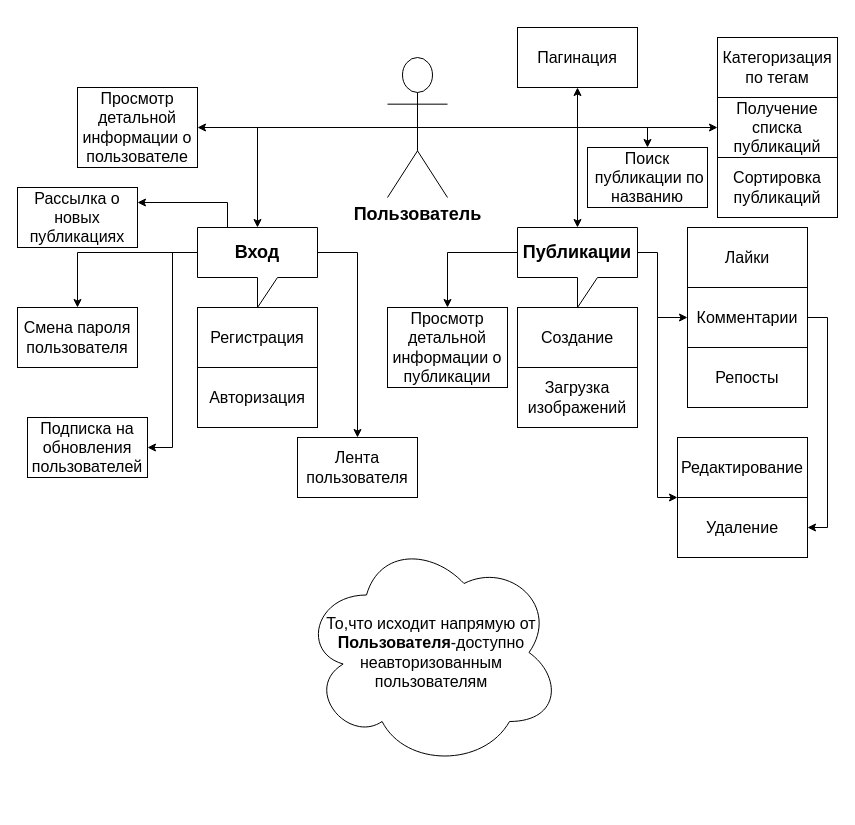
The draw.io diagram specification.drawio in GeorgijSosedov/2030925-readme-2, before the edit. Source tidied: cells renumbered, new cells numbered last; positions are measured from the earlier drawing's top-left corner, leaving out a move shared by most shapes. Both pictures are drawn from the tidied source at 100%, with x=0, y=0 at pixel (17, 27).
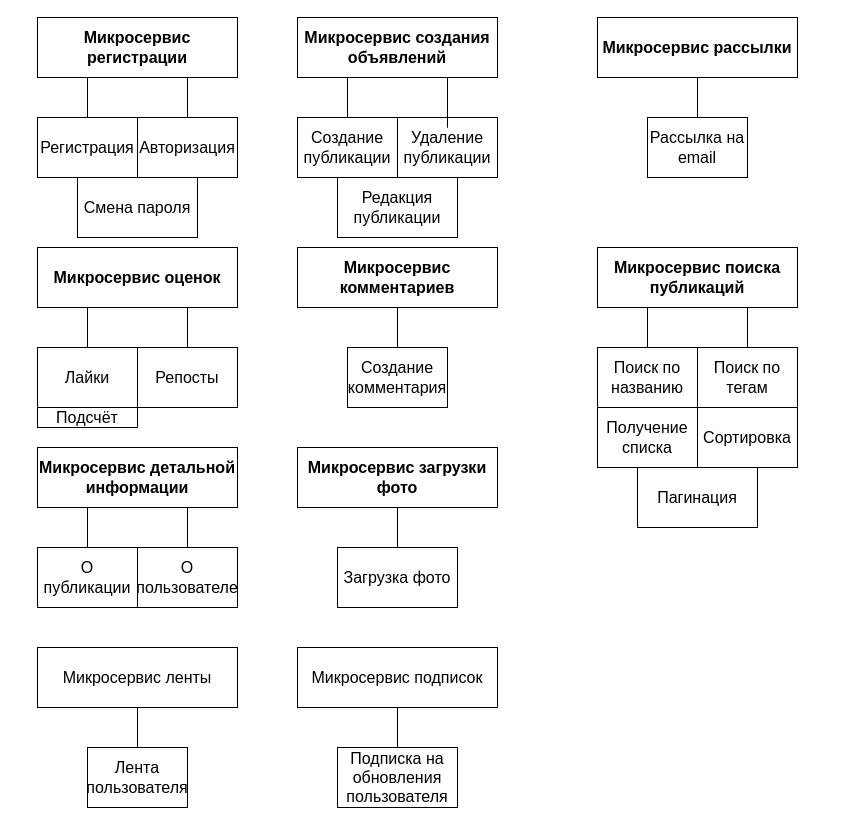
After the change.

The edit, as a diff of the source:
```diff
@@
+    <mxCell id="12" style="edgeStyle=orthogonalEdgeStyle;rounded=0;orthogonalLoop=1;jettySize=auto;html=1;fontSize=16;" parent="1" edge="1">
+      <mxGeometry relative="1" as="geometry">
+        <mxPoint x="560" y="340" as="sourcePoint" />
+        <mxPoint x="560" y="340" as="targetPoint" />
+      </mxGeometry>
+    </mxCell>
+    <mxCell id="41" value="&lt;b&gt;Микросервис регистрации&lt;/b&gt;" style="rounded=0;whiteSpace=wrap;html=1;fontSize=16;" parent="1" vertex="1">
+      <mxGeometry x="20" y="-10" width="200" height="60" as="geometry" />
+    </mxCell>
+    <mxCell id="42" value="&lt;b&gt;Микросервис создания объявлений&lt;/b&gt;" style="rounded=0;whiteSpace=wrap;html=1;fontSize=16;" parent="1" vertex="1">
+      <mxGeometry x="280" y="-10" width="200" height="60" as="geometry" />
+    </mxCell>
+    <mxCell id="43" value="Рассылка на email" style="rounded=0;whiteSpace=wrap;html=1;fontSize=16;" parent="1" vertex="1">
+      <mxGeometry x="630" y="90" width="100" height="60" as="geometry" />
+    </mxCell>
+    <mxCell id="44" value="&lt;b&gt;Микросервис рассылки&lt;/b&gt;" style="rounded=0;whiteSpace=wrap;html=1;fontSize=16;" parent="1" vertex="1">
+      <mxGeometry x="580" y="-10" width="200" height="60" as="geometry" />
+    </mxCell>
+    <mxCell id="45" style="endArrow=none;html=1;rounded=0;fontSize=16;entryX=0.5;entryY=1;entryDx=0;entryDy=0;exitX=0.5;exitY=0;exitDx=0;exitDy=0;" parent="1" edge="1" source="43" target="44">
+      <mxGeometry relative="1" as="geometry" />
+    </mxCell>
+    <mxCell id="46" style="endArrow=none;html=1;rounded=0;fontSize=16;entryX=0.25;entryY=1;entryDx=0;entryDy=0;exitX=0.5;exitY=0;exitDx=0;exitDy=0;" parent="1" edge="1" source="2" target="41">
+      <mxGeometry relative="1" as="geometry" />
+    </mxCell>
-    <mxCell id="2" value="&lt;font style=&quot;font-size: 16px;&quot;&gt;Регистрация&lt;/font&gt;" style="rounded=0;whiteSpace=wrap;html=1;" parent="1" vertex="1">
-      <mxGeometry x="180" y="280" width="120" height="60" as="geometry" />
+    <mxCell id="2" value="Регистрация" style="rounded=0;whiteSpace=wrap;html=1;fontSize=16;" parent="1" vertex="1">
+      <mxGeometry x="20" y="90" width="100" height="60" as="geometry" />
     </mxCell>
+    <mxCell id="47" value="Создание публикации" style="rounded=0;whiteSpace=wrap;html=1;fontSize=16;" parent="1" vertex="1">
+      <mxGeometry x="280" y="90" width="100" height="60" as="geometry" />
+    </mxCell>
-    <mxCell id="3" value="&lt;font style=&quot;font-size: 16px;&quot;&gt;Авторизация&lt;/font&gt;" style="rounded=0;whiteSpace=wrap;html=1;" parent="1" vertex="1">
-      <mxGeometry x="180" y="340" width="120" height="60" as="geometry" />
+    <mxCell id="3" value="Авторизация" style="rounded=0;whiteSpace=wrap;html=1;fontSize=16;" parent="1" vertex="1">
+      <mxGeometry x="120" y="90" width="100" height="60" as="geometry" />
     </mxCell>
-    <mxCell id="4" style="edgeStyle=orthogonalEdgeStyle;rounded=0;jettySize=auto;html=1;exitX=0;exitY=0;exitDx=0;exitDy=25;exitPerimeter=0;entryX=0.5;entryY=0;entryDx=0;entryDy=0;fontSize=16;" parent="1" edge="1" source="8" target="35">
-      <mxGeometry relative="1" as="geometry" />
-    </mxCell>
-    <mxCell id="5" style="edgeStyle=orthogonalEdgeStyle;rounded=0;jettySize=auto;html=1;exitX=0;exitY=0;exitDx=120;exitDy=25;exitPerimeter=0;entryX=0.5;entryY=0;entryDx=0;entryDy=0;fontSize=16;" parent="1" edge="1" source="8" target="30">
-      <mxGeometry relative="1" as="geometry" />
-    </mxCell>
-    <mxCell id="6" style="edgeStyle=orthogonalEdgeStyle;rounded=0;jettySize=auto;html=1;exitX=0.25;exitY=0;exitDx=0;exitDy=0;exitPerimeter=0;entryX=1;entryY=0.25;entryDx=0;entryDy=0;fontSize=16;" parent="1" edge="1" source="8" target="32">
-      <mxGeometry relative="1" as="geometry" />
-    </mxCell>
-    <mxCell id="7" style="edgeStyle=orthogonalEdgeStyle;rounded=0;jettySize=auto;html=1;exitX=0;exitY=0;exitDx=0;exitDy=25;exitPerimeter=0;entryX=1;entryY=0.5;entryDx=0;entryDy=0;fontSize=16;" parent="1" edge="1" source="8" target="36">
-      <mxGeometry relative="1" as="geometry" />
-    </mxCell>
-    <mxCell id="8" value="&lt;font style=&quot;font-size: 18px;&quot;&gt;&lt;b&gt;Вход&lt;/b&gt;&lt;/font&gt;" style="shape=callout;whiteSpace=wrap;html=1;perimeter=calloutPerimeter;" parent="1" vertex="1">
-      <mxGeometry x="180" y="200" width="120" height="80" as="geometry" />
-    </mxCell>
-    <mxCell id="9" style="edgeStyle=orthogonalEdgeStyle;rounded=0;jettySize=auto;html=1;exitX=0;exitY=0;exitDx=120;exitDy=25;exitPerimeter=0;entryX=0;entryY=0.5;entryDx=0;entryDy=0;fontSize=16;" parent="1" edge="1" source="11" target="22">
-      <mxGeometry relative="1" as="geometry">
-        <Array as="points">
-          <mxPoint x="640" y="225" />
-          <mxPoint x="640" y="290" />
-        </Array>
-      </mxGeometry>
-    </mxCell>
-    <mxCell id="10" style="edgeStyle=orthogonalEdgeStyle;rounded=0;jettySize=auto;html=1;exitX=0;exitY=0;exitDx=0;exitDy=25;exitPerimeter=0;entryX=0.5;entryY=0;entryDx=0;entryDy=0;fontSize=16;" parent="1" edge="1" source="11" target="26">
-      <mxGeometry relative="1" as="geometry" />
-    </mxCell>
-    <mxCell id="11" value="&lt;font style=&quot;font-size: 18px;&quot;&gt;&lt;b&gt;Публикации&lt;/b&gt;&lt;/font&gt;" style="shape=callout;whiteSpace=wrap;html=1;perimeter=calloutPerimeter;fontSize=14;" parent="1" vertex="1">
-      <mxGeometry x="500" y="200" width="120" height="80" as="geometry" />
-    </mxCell>
-    <mxCell id="12" style="edgeStyle=orthogonalEdgeStyle;rounded=0;jettySize=auto;html=1;fontSize=16;" parent="1" edge="1" source="13" target="23">
-      <mxGeometry relative="1" as="geometry" />
-    </mxCell>
-    <mxCell id="13" value="&lt;font style=&quot;font-size: 16px;&quot;&gt;Создание&lt;/font&gt;" style="rounded=0;whiteSpace=wrap;html=1;fontSize=14;" parent="1" vertex="1">
-      <mxGeometry x="500" y="280" width="120" height="60" as="geometry" />
-    </mxCell>
-    <mxCell id="14" style="edgeStyle=orthogonalEdgeStyle;rounded=0;jettySize=auto;html=1;exitX=0.5;exitY=0.5;exitDx=0;exitDy=0;fontSize=16;exitPerimeter=0;" parent="1" edge="1" source="17" target="8">
-      <mxGeometry relative="1" as="geometry">
-        <Array as="points">
-          <mxPoint x="240" y="100" />
-        </Array>
-      </mxGeometry>
-    </mxCell>
-    <mxCell id="15" style="edgeStyle=orthogonalEdgeStyle;rounded=0;jettySize=auto;html=1;exitX=0.5;exitY=0.5;exitDx=0;exitDy=0;exitPerimeter=0;entryX=0.5;entryY=0;entryDx=0;entryDy=0;entryPerimeter=0;fontSize=16;" parent="1" edge="1" source="17" target="11">
-      <mxGeometry relative="1" as="geometry" />
-    </mxCell>
-    <mxCell id="16" style="edgeStyle=orthogonalEdgeStyle;rounded=0;jettySize=auto;html=1;exitX=0.5;exitY=0.5;exitDx=0;exitDy=0;exitPerimeter=0;entryX=1;entryY=0.5;entryDx=0;entryDy=0;fontSize=16;" parent="1" edge="1" source="17" target="34">
-      <mxGeometry relative="1" as="geometry" />
-    </mxCell>
-    <mxCell id="17" value="&lt;b&gt;Пользователь&lt;/b&gt;" style="shape=umlActor;verticalLabelPosition=bottom;verticalAlign=top;html=1;outlineConnect=0;fontSize=18;" parent="1" vertex="1">
-      <mxGeometry x="370" y="30" width="60" height="140" as="geometry" />
-    </mxCell>
-    <mxCell id="18" value="&lt;span style=&quot;font-size: 16px;&quot;&gt;Редактирование&lt;/span&gt;" style="rounded=0;whiteSpace=wrap;html=1;fontSize=14;" parent="1" vertex="1">
-      <mxGeometry x="660" y="410" width="130" height="60" as="geometry" />
-    </mxCell>
-    <mxCell id="19" value="Удаление" style="rounded=0;whiteSpace=wrap;html=1;fontSize=16;" parent="1" vertex="1">
-      <mxGeometry x="660" y="470" width="130" height="60" as="geometry" />
-    </mxCell>
+    <mxCell id="48" style="endArrow=none;html=1;rounded=0;fontSize=16;entryX=0.75;entryY=1;entryDx=0;entryDy=0;exitX=0.5;exitY=0;exitDx=0;exitDy=0;" parent="1" edge="1" source="3" target="41">
+      <mxGeometry relative="1" as="geometry" />
+    </mxCell>
+    <mxCell id="49" value="Удаление публикации" style="rounded=0;whiteSpace=wrap;html=1;fontSize=16;" parent="1" vertex="1">
+      <mxGeometry x="380" y="90" width="100" height="60" as="geometry" />
+    </mxCell>
+    <mxCell id="50" value="&lt;b&gt;Микросервис оценок&lt;/b&gt;" style="rounded=0;whiteSpace=wrap;html=1;fontSize=16;" parent="1" vertex="1">
+      <mxGeometry x="20" y="220" width="200" height="60" as="geometry" />
+    </mxCell>
     <mxCell id="20" value="Лайки" style="rounded=0;whiteSpace=wrap;html=1;fontSize=16;" parent="1" vertex="1">
-      <mxGeometry x="670" y="200" width="120" height="60" as="geometry" />
+      <mxGeometry x="20" y="320" width="100" height="60" as="geometry" />
     </mxCell>
-    <mxCell id="21" style="edgeStyle=orthogonalEdgeStyle;rounded=0;jettySize=auto;html=1;exitX=1;exitY=0.5;exitDx=0;exitDy=0;entryX=1;entryY=0.5;entryDx=0;entryDy=0;fontSize=16;" parent="1" edge="1" source="22" target="19">
-      <mxGeometry relative="1" as="geometry" />
-    </mxCell>
-    <mxCell id="22" value="Комментарии" style="rounded=0;whiteSpace=wrap;html=1;fontSize=16;" parent="1" vertex="1">
-      <mxGeometry x="670" y="260" width="120" height="60" as="geometry" />
-    </mxCell>
-    <mxCell id="23" value="&lt;span style=&quot;font-size: 16px;&quot;&gt;Загрузка изображений&lt;/span&gt;" style="rounded=0;whiteSpace=wrap;html=1;fontSize=14;" parent="1" vertex="1">
-      <mxGeometry x="500" y="340" width="120" height="60" as="geometry" />
-    </mxCell>
     <mxCell id="24" value="Репосты" style="rounded=0;whiteSpace=wrap;html=1;fontSize=16;" parent="1" vertex="1">
-      <mxGeometry x="670" y="320" width="120" height="60" as="geometry" />
+      <mxGeometry x="120" y="320" width="100" height="60" as="geometry" />
     </mxCell>
+    <mxCell id="51" style="endArrow=none;html=1;rounded=0;fontSize=16;entryX=0.25;entryY=1;entryDx=0;entryDy=0;exitX=0.5;exitY=0;exitDx=0;exitDy=0;" parent="1" edge="1" source="20" target="50">
+      <mxGeometry relative="1" as="geometry" />
+    </mxCell>
+    <mxCell id="52" style="endArrow=none;html=1;rounded=0;fontSize=16;entryX=0.75;entryY=1;entryDx=0;entryDy=0;exitX=0.5;exitY=0;exitDx=0;exitDy=0;" parent="1" edge="1" source="24" target="50">
+      <mxGeometry relative="1" as="geometry" />
+    </mxCell>
+    <mxCell id="53" value="&lt;b&gt;Микросервис комментариев&lt;/b&gt;" style="rounded=0;whiteSpace=wrap;html=1;fontSize=16;" parent="1" vertex="1">
+      <mxGeometry x="280" y="220" width="200" height="60" as="geometry" />
+    </mxCell>
+    <mxCell id="54" value="&lt;b&gt;Микросервис поиска публикаций&lt;/b&gt;" style="rounded=0;whiteSpace=wrap;html=1;fontSize=16;" parent="1" vertex="1">
+      <mxGeometry x="580" y="220" width="200" height="60" as="geometry" />
+    </mxCell>
+    <mxCell id="55" value="Поиск по названию" style="rounded=0;whiteSpace=wrap;html=1;fontSize=16;" parent="1" vertex="1">
+      <mxGeometry x="580" y="320" width="100" height="60" as="geometry" />
+    </mxCell>
+    <mxCell id="56" value="Поиск по тегам" style="rounded=0;whiteSpace=wrap;html=1;fontSize=16;" parent="1" vertex="1">
+      <mxGeometry x="680" y="320" width="100" height="60" as="geometry" />
+    </mxCell>
+    <mxCell id="57" value="Получение списка" style="rounded=0;whiteSpace=wrap;html=1;fontSize=16;" parent="1" vertex="1">
+      <mxGeometry x="580" y="380" width="100" height="60" as="geometry" />
+    </mxCell>
+    <mxCell id="58" value="Сортировка" style="rounded=0;whiteSpace=wrap;html=1;fontSize=16;" parent="1" vertex="1">
+      <mxGeometry x="680" y="380" width="100" height="60" as="geometry" />
+    </mxCell>
+    <mxCell id="59" style="endArrow=none;html=1;rounded=0;fontSize=16;entryX=0.25;entryY=1;entryDx=0;entryDy=0;exitX=0.5;exitY=0;exitDx=0;exitDy=0;" parent="1" edge="1" source="55" target="54">
+      <mxGeometry relative="1" as="geometry" />
+    </mxCell>
+    <mxCell id="60" style="endArrow=none;html=1;rounded=0;fontSize=16;entryX=0.75;entryY=1;entryDx=0;entryDy=0;exitX=0.5;exitY=0;exitDx=0;exitDy=0;" parent="1" edge="1" source="56" target="54">
+      <mxGeometry relative="1" as="geometry" />
+    </mxCell>
+    <mxCell id="61" style="endArrow=none;html=1;rounded=0;fontSize=16;entryX=0.25;entryY=1;entryDx=0;entryDy=0;exitX=0.5;exitY=0;exitDx=0;exitDy=0;" parent="1" edge="1" source="47" target="42">
+      <mxGeometry relative="1" as="geometry" />
+    </mxCell>
+    <mxCell id="62" style="endArrow=none;html=1;rounded=0;fontSize=16;entryX=0.75;entryY=1;entryDx=0;entryDy=0;" parent="1" edge="1" target="42">
+      <mxGeometry relative="1" as="geometry">
+        <mxPoint x="430" y="60" as="sourcePoint" />
+        <Array as="points">
+          <mxPoint x="430" y="100" />
+        </Array>
+      </mxGeometry>
+    </mxCell>
+    <mxCell id="63" style="endArrow=none;html=1;rounded=0;fontSize=16;entryX=0.5;entryY=1;entryDx=0;entryDy=0;exitX=0.5;exitY=0;exitDx=0;exitDy=0;" parent="1" edge="1" source="64" target="53">
+      <mxGeometry relative="1" as="geometry" />
+    </mxCell>
+    <mxCell id="64" value="Создание комментария" style="rounded=0;whiteSpace=wrap;html=1;fontSize=16;" parent="1" vertex="1">
+      <mxGeometry x="330" y="320" width="100" height="60" as="geometry" />
+    </mxCell>
+    <mxCell id="65" value="&lt;b&gt;Микросервис детальной информации&lt;/b&gt;" style="rounded=0;whiteSpace=wrap;html=1;fontSize=16;" parent="1" vertex="1">
+      <mxGeometry x="20" y="420" width="200" height="60" as="geometry" />
+    </mxCell>
+    <mxCell id="66" value="О публикации" style="rounded=0;whiteSpace=wrap;html=1;fontSize=16;" parent="1" vertex="1">
+      <mxGeometry x="20" y="520" width="100" height="60" as="geometry" />
+    </mxCell>
+    <mxCell id="67" value="О пользователе" style="rounded=0;whiteSpace=wrap;html=1;fontSize=16;" parent="1" vertex="1">
+      <mxGeometry x="120" y="520" width="100" height="60" as="geometry" />
+    </mxCell>
+    <mxCell id="68" style="endArrow=none;html=1;rounded=0;fontSize=16;entryX=0.25;entryY=1;entryDx=0;entryDy=0;exitX=0.5;exitY=0;exitDx=0;exitDy=0;" parent="1" edge="1" source="66" target="65">
+      <mxGeometry relative="1" as="geometry" />
+    </mxCell>
+    <mxCell id="69" style="endArrow=none;html=1;rounded=0;fontSize=16;entryX=0.75;entryY=1;entryDx=0;entryDy=0;exitX=0.5;exitY=0;exitDx=0;exitDy=0;" parent="1" edge="1" source="67" target="65">
+      <mxGeometry relative="1" as="geometry" />
+    </mxCell>
+    <mxCell id="70" value="Смена пароля" style="rounded=0;whiteSpace=wrap;html=1;fontSize=16;" parent="1" vertex="1">
+      <mxGeometry x="60" y="150" width="120" height="60" as="geometry" />
+    </mxCell>
     <mxCell id="25" value="Пагинация" style="rounded=0;whiteSpace=wrap;html=1;fontSize=16;" parent="1" vertex="1">
-      <mxGeometry x="500" width="120" height="60" as="geometry" />
+      <mxGeometry x="620" y="440" width="120" height="60" as="geometry" />
     </mxCell>
-    <mxCell id="26" value="Просмотр детальной информации о публикации" style="rounded=0;whiteSpace=wrap;html=1;fontSize=16;" parent="1" vertex="1">
-      <mxGeometry x="370" y="280" width="120" height="80" as="geometry" />
-    </mxCell>
-    <mxCell id="27" value="Получение списка публикаций" style="rounded=0;whiteSpace=wrap;html=1;fontSize=16;" parent="1" vertex="1">
-      <mxGeometry x="700" y="70" width="120" height="60" as="geometry" />
-    </mxCell>
-    <mxCell id="28" value="Сортировка публикаций" style="rounded=0;whiteSpace=wrap;html=1;fontSize=16;" parent="1" vertex="1">
-      <mxGeometry x="700" y="130" width="120" height="60" as="geometry" />
-    </mxCell>
-    <mxCell id="29" style="endArrow=classic;html=1;rounded=0;fontSize=16;entryX=0;entryY=0;entryDx=0;entryDy=0;" parent="1" edge="1" target="19">
-      <mxGeometry relative="1" as="geometry">
-        <mxPoint x="640" y="230" as="sourcePoint" />
-        <Array as="points">
-          <mxPoint x="640" y="470" />
-        </Array>
-      </mxGeometry>
-    </mxCell>
+    <mxCell id="71" value="&lt;b&gt;Микросервис загрузки фото&lt;/b&gt;" style="rounded=0;whiteSpace=wrap;html=1;fontSize=16;" parent="1" vertex="1">
+      <mxGeometry x="280" y="420" width="200" height="60" as="geometry" />
+    </mxCell>
+    <mxCell id="72" value="Загрузка фото" style="rounded=0;whiteSpace=wrap;html=1;fontSize=16;" parent="1" vertex="1">
+      <mxGeometry x="320" y="520" width="120" height="60" as="geometry" />
+    </mxCell>
+    <mxCell id="73" value="Редакция публикации" style="rounded=0;whiteSpace=wrap;html=1;fontSize=16;" parent="1" vertex="1">
+      <mxGeometry x="320" y="150" width="120" height="60" as="geometry" />
+    </mxCell>
+    <mxCell id="74" style="endArrow=none;html=1;rounded=0;fontSize=16;entryX=0.5;entryY=1;entryDx=0;entryDy=0;exitX=0.5;exitY=0;exitDx=0;exitDy=0;" parent="1" edge="1" source="72" target="71">
+      <mxGeometry relative="1" as="geometry" />
+    </mxCell>
+    <mxCell id="75" value="Подсчёт" style="rounded=0;whiteSpace=wrap;html=1;fontSize=16;" parent="1" vertex="1">
+      <mxGeometry x="20" y="380" width="100" height="20" as="geometry" />
+    </mxCell>
+    <mxCell id="76" value="Микросервис ленты" style="rounded=0;whiteSpace=wrap;html=1;fontSize=16;" parent="1" vertex="1">
+      <mxGeometry x="20" y="620" width="200" height="60" as="geometry" />
+    </mxCell>
     <mxCell id="30" value="Лента пользователя" style="rounded=0;whiteSpace=wrap;html=1;fontSize=16;" parent="1" vertex="1">
-      <mxGeometry x="280" y="410" width="120" height="60" as="geometry" />
+      <mxGeometry x="70" y="720" width="100" height="60" as="geometry" />
     </mxCell>
-    <mxCell id="31" value="Категоризация по тегам" style="rounded=0;whiteSpace=wrap;html=1;fontSize=16;" parent="1" vertex="1">
-      <mxGeometry x="700" y="10" width="120" height="60" as="geometry" />
-    </mxCell>
-    <mxCell id="32" value="Рассылка о новых публикациях" style="rounded=0;whiteSpace=wrap;html=1;fontSize=16;" parent="1" vertex="1">
-      <mxGeometry y="160" width="120" height="60" as="geometry" />
-    </mxCell>
-    <mxCell id="33" value="Поиск&lt;br&gt;&amp;nbsp;публикации по названию" style="rounded=0;whiteSpace=wrap;html=1;fontSize=16;" parent="1" vertex="1">
-      <mxGeometry x="570" y="120" width="120" height="60" as="geometry" />
-    </mxCell>
-    <mxCell id="34" value="Просмотр детальной информации о пользователе" style="rounded=0;whiteSpace=wrap;html=1;fontSize=16;" parent="1" vertex="1">
-      <mxGeometry x="60" y="60" width="120" height="80" as="geometry" />
-    </mxCell>
-    <mxCell id="35" value="Смена пароля пользователя" style="rounded=0;whiteSpace=wrap;html=1;fontSize=16;" parent="1" vertex="1">
-      <mxGeometry y="280" width="120" height="60" as="geometry" />
-    </mxCell>
-    <mxCell id="36" value="Подписка на обновления пользователей" style="rounded=0;whiteSpace=wrap;html=1;fontSize=16;" parent="1" vertex="1">
-      <mxGeometry x="10" y="390" width="120" height="60" as="geometry" />
-    </mxCell>
-    <mxCell id="37" style="endArrow=classic;html=1;rounded=0;fontSize=16;exitX=0.5;exitY=0.5;exitDx=0;exitDy=0;exitPerimeter=0;entryX=0;entryY=0.5;entryDx=0;entryDy=0;" parent="1" edge="1" source="17" target="27">
-      <mxGeometry relative="1" as="geometry" />
-    </mxCell>
-    <mxCell id="38" style="endArrow=classic;html=1;rounded=0;fontSize=16;entryX=0.5;entryY=1;entryDx=0;entryDy=0;" parent="1" edge="1" target="25">
-      <mxGeometry relative="1" as="geometry">
-        <mxPoint x="560" y="100" as="sourcePoint" />
-      </mxGeometry>
-    </mxCell>
-    <mxCell id="39" style="endArrow=classic;html=1;rounded=0;fontSize=16;entryX=0.5;entryY=0;entryDx=0;entryDy=0;" parent="1" edge="1" target="33">
-      <mxGeometry relative="1" as="geometry">
-        <mxPoint x="630" y="100" as="sourcePoint" />
-      </mxGeometry>
-    </mxCell>
-    <mxCell id="40" value="То,что исходит напрямую от &lt;b&gt;Пользователя&lt;/b&gt;-доступно неавторизованным пользователям" style="ellipse;shape=cloud;whiteSpace=wrap;html=1;fontSize=16;" parent="1" vertex="1">
-      <mxGeometry x="284" y="510" width="260" height="230" as="geometry" />
-    </mxCell>
+    <mxCell id="77" style="endArrow=none;html=1;rounded=0;fontSize=16;entryX=0.5;entryY=1;entryDx=0;entryDy=0;exitX=0.5;exitY=0;exitDx=0;exitDy=0;" parent="1" edge="1" source="30" target="76">
+      <mxGeometry relative="1" as="geometry" />
+    </mxCell>
+    <mxCell id="78" value="Микросервис подписок" style="rounded=0;whiteSpace=wrap;html=1;fontSize=16;" parent="1" vertex="1">
+      <mxGeometry x="280" y="620" width="200" height="60" as="geometry" />
+    </mxCell>
+    <mxCell id="79" value="Подписка на обновления пользователя" style="rounded=0;whiteSpace=wrap;html=1;fontSize=16;" parent="1" vertex="1">
+      <mxGeometry x="320" y="720" width="120" height="60" as="geometry" />
+    </mxCell>
+    <mxCell id="80" style="endArrow=none;html=1;rounded=0;fontSize=16;entryX=0.5;entryY=1;entryDx=0;entryDy=0;exitX=0.5;exitY=0;exitDx=0;exitDy=0;" parent="1" edge="1" source="79" target="78">
+      <mxGeometry relative="1" as="geometry" />
+    </mxCell>
```
